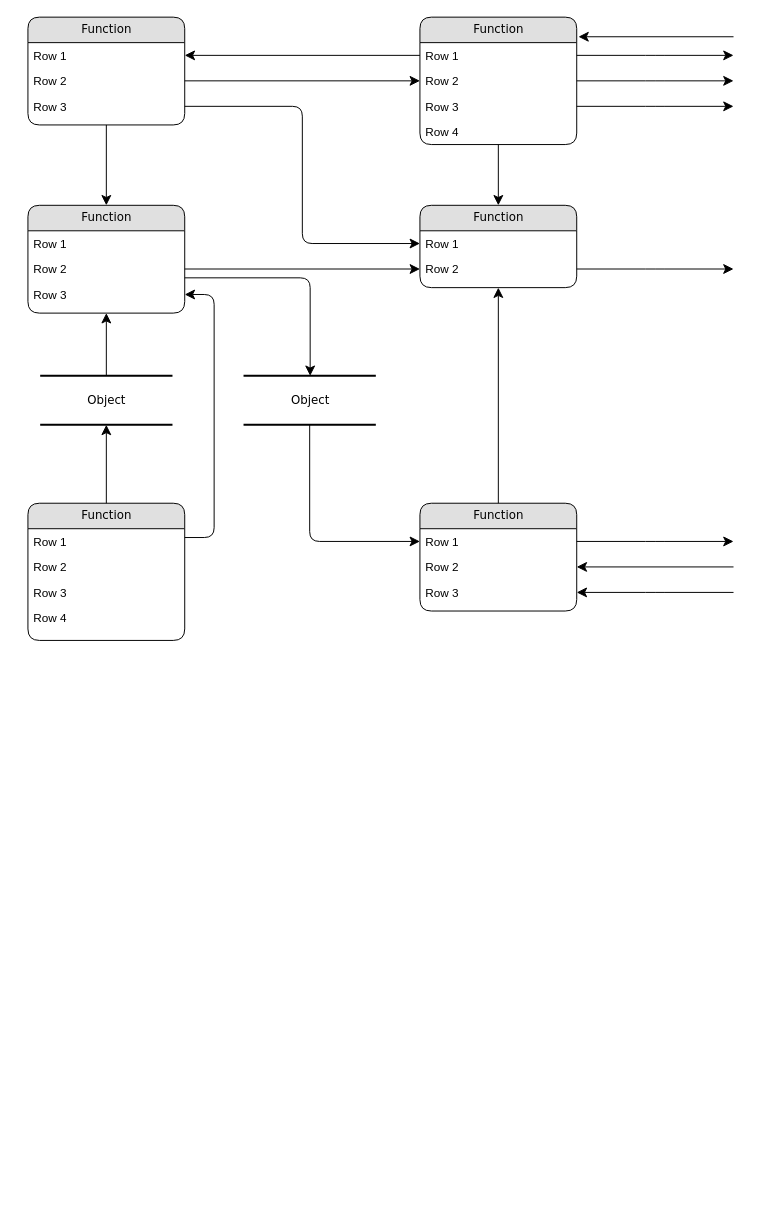
Earlier version of the draw.io diagram myk-plus.drawio (b3lon9/uml). Source tidied: cells renumbered, new cells numbered last; positions are measured from the earlier drawing's top-left corner, leaving out a move shared by most shapes. Both pictures are drawn from the tidied source at 98%, with x=0, y=0 at pixel (27, 17).
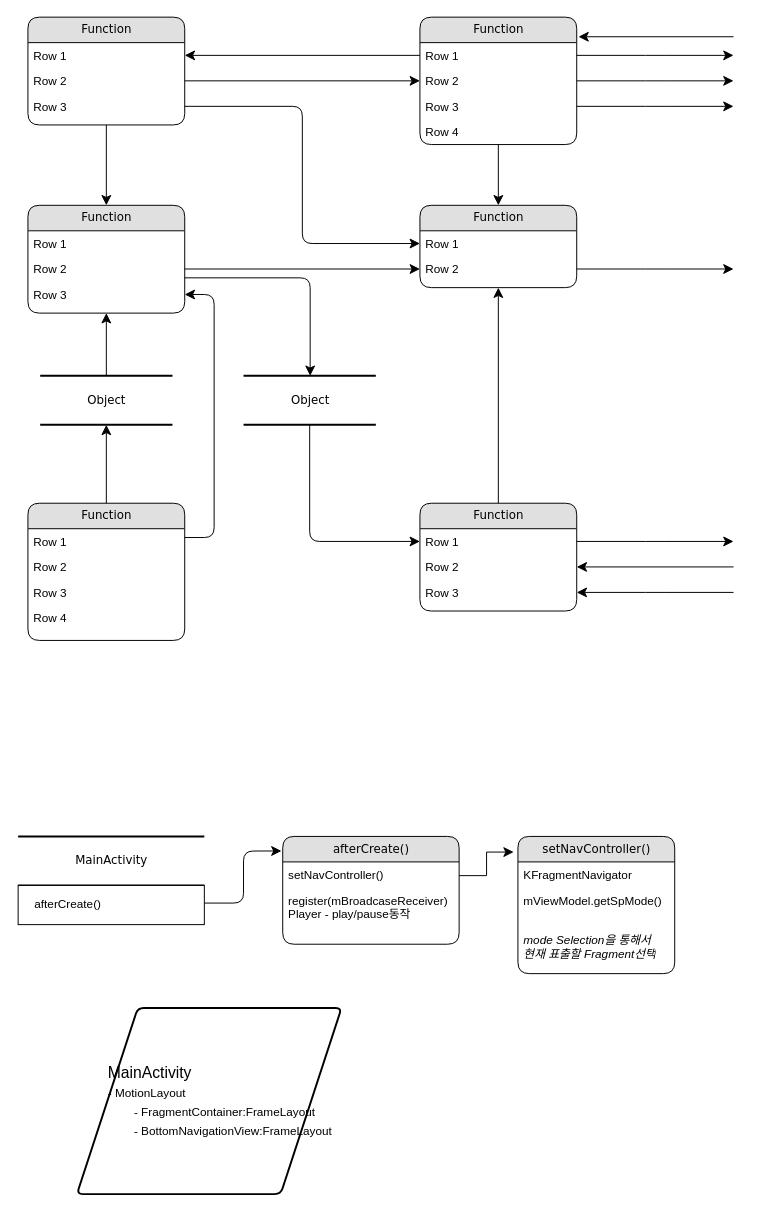
After the change.

The edit, as a diff of the source:
```diff
@@
+    <mxCell id="49" value="afterCreate()" style="swimlane;html=1;fontStyle=0;horizontal=1;startSize=26;fillColor=#e0e0e0;swimlaneFillColor=#ffffff;align=center;rounded=1;shadow=0;comic=0;labelBackgroundColor=none;strokeWidth=1;fontFamily=Verdana;fontSize=12;" parent="1" vertex="1">
+      <mxGeometry x="260" y="836" width="180" height="110" as="geometry" />
+    </mxCell>
+    <mxCell id="50" value="setNavController()" style="text;html=1;strokeColor=none;fillColor=none;spacingLeft=4;spacingRight=4;whiteSpace=wrap;overflow=hidden;" parent="49" vertex="1">
+      <mxGeometry y="26" width="180" height="26" as="geometry" />
+    </mxCell>
+    <mxCell id="51" value="register(mBroadcaseReceiver)&lt;br&gt;Player - play/pause동작" style="text;html=1;strokeColor=none;fillColor=none;spacingLeft=4;spacingRight=4;whiteSpace=wrap;overflow=hidden;" parent="49" vertex="1">
+      <mxGeometry y="52" width="180" height="48" as="geometry" />
+    </mxCell>
+    <mxCell id="52" style="group;" parent="1" vertex="1">
+      <mxGeometry x="-10" y="836" width="190" height="130" as="geometry" />
+    </mxCell>
+    <mxCell id="53" value="MainActivity" style="html=1;rounded=0;shadow=0;comic=0;labelBackgroundColor=none;strokeWidth=2;fontFamily=Verdana;fontSize=12;align=center;shape=mxgraph.ios7ui.horLines;" parent="52" vertex="1">
+      <mxGeometry width="190" height="50" as="geometry" />
+    </mxCell>
+    <mxCell id="54" value="afterCreate()" style="whiteSpace=wrap;html=1;fontSize=12;align=left;spacingLeft=15;" parent="52" vertex="1">
+      <mxGeometry y="50" width="190" height="40" as="geometry" />
+    </mxCell>
+    <mxCell id="55" style="edgeStyle=orthogonalEdgeStyle;html=1;labelBackgroundColor=none;startFill=0;startSize=8;endFill=1;endSize=8;fontFamily=Verdana;fontSize=12;exitX=1;exitY=0.25;entryX=-0.007;entryY=0.135;entryDx=0;entryDy=0;entryPerimeter=0;" parent="1" edge="1" target="49">
+      <mxGeometry relative="1" as="geometry">
+        <mxPoint x="180" y="904" as="sourcePoint" />
+        <Array as="points">
+          <mxPoint x="220" y="904" />
+          <mxPoint x="220" y="851" />
+        </Array>
+      </mxGeometry>
+    </mxCell>
+    <mxCell id="56" value="MainActivity&lt;br&gt;&lt;font style=&quot;font-size: 12px;&quot;&gt;- MotionLayout&lt;br&gt;&lt;span style=&quot;white-space: pre;&quot;&gt;&#9;&lt;/span&gt;- FragmentContainer:FrameLayout&lt;br&gt;&lt;span style=&quot;white-space: pre;&quot;&gt;&#9;&lt;/span&gt;- BottomNavigationView:FrameLayout&lt;/font&gt;" style="shape=parallelogram;html=1;strokeWidth=2;perimeter=parallelogramPerimeter;whiteSpace=wrap;rounded=1;arcSize=12;size=0.23;fontSize=16;align=left;spacingLeft=30;" parent="1" vertex="1">
+      <mxGeometry x="50" y="1011" width="270" height="190" as="geometry" />
+    </mxCell>
+    <mxCell id="57" value="setNavController()" style="swimlane;html=1;fontStyle=0;horizontal=1;startSize=26;fillColor=#e0e0e0;swimlaneFillColor=#ffffff;align=center;rounded=1;shadow=0;comic=0;labelBackgroundColor=none;strokeWidth=1;fontFamily=Verdana;fontSize=12;" parent="1" vertex="1">
+      <mxGeometry x="500" y="836" width="160" height="140" as="geometry" />
+    </mxCell>
+    <mxCell id="58" value="KFragmentNavigator" style="text;html=1;strokeColor=none;fillColor=none;spacingLeft=4;spacingRight=4;whiteSpace=wrap;overflow=hidden;" parent="57" vertex="1">
+      <mxGeometry y="26" width="160" height="26" as="geometry" />
+    </mxCell>
+    <mxCell id="59" value="mViewModel.getSpMode()" style="text;html=1;strokeColor=none;fillColor=none;spacingLeft=4;spacingRight=4;whiteSpace=wrap;overflow=hidden;" parent="57" vertex="1">
+      <mxGeometry y="52" width="160" height="26" as="geometry" />
+    </mxCell>
+    <mxCell id="60" value="&lt;br&gt;mode Selection을 통해서&lt;br&gt;현재 표출할 Fragment선택" style="text;html=1;strokeColor=none;fillColor=none;spacingLeft=4;spacingRight=4;whiteSpace=wrap;overflow=hidden;fontStyle=2;align=left;" parent="57" vertex="1">
+      <mxGeometry y="78" width="160" height="62" as="geometry" />
+    </mxCell>
+    <mxCell id="61" style="edgeStyle=elbowEdgeStyle;elbow=horizontal;endArrow=classic;html=1;curved=0;rounded=0;endSize=8;startSize=8;fontSize=12;entryX=-0.027;entryY=0.114;entryDx=0;entryDy=0;entryPerimeter=0;" parent="1" edge="1" target="57">
+      <mxGeometry relative="1" as="geometry">
+        <mxPoint x="440" y="876" as="sourcePoint" />
+      </mxGeometry>
+    </mxCell>
```
